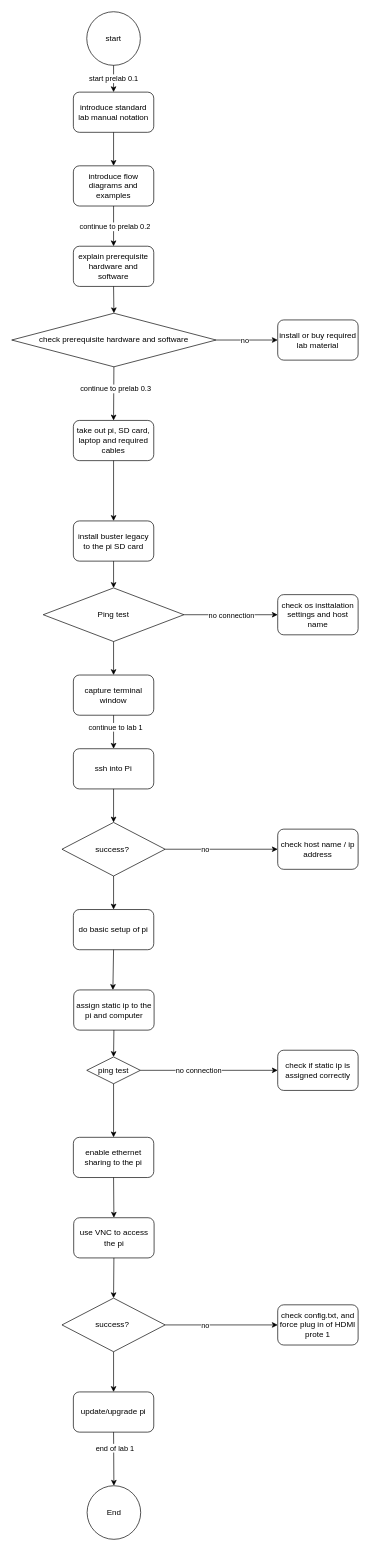
George0023/purdue_me597 keeps this draw.io diagram as lab/lab0/imgs/Untitled Diagram.drawio. Above is the earlier version. Source tidied: cells renumbered, new cells numbered last; positions are measured from the earlier drawing's top-left corner, leaving out a move shared by most shapes. Both pictures are drawn from the tidied source at 67%, with x=0, y=0 at pixel (11, 11).
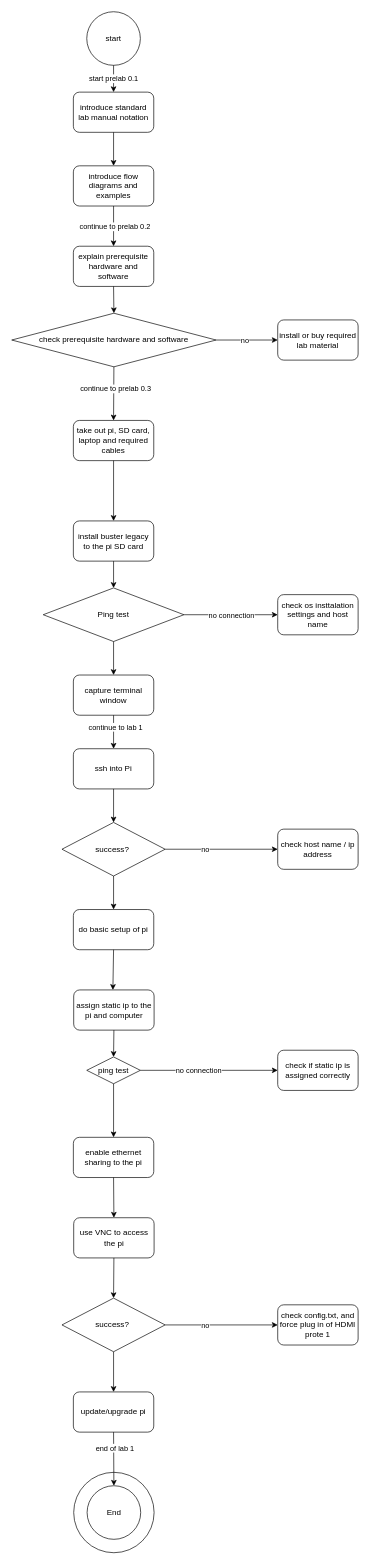
After the change.

Change to the diagram source:
```diff
@@
+    <mxCell id="58" style="ellipse;whiteSpace=wrap;html=1;" parent="1" vertex="1">
+      <mxGeometry x="92.5" y="2180" width="120" height="120" as="geometry" />
+    </mxCell>
```
